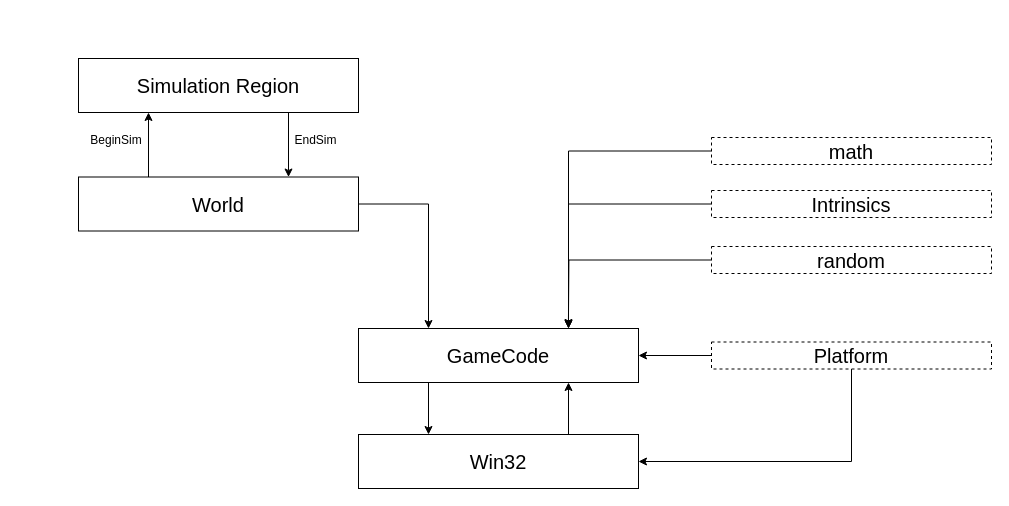
Earlier version of the draw.io diagram page "Architecture" (2 of 4) of Handmadehero.drawio (xiaodongYao/DrawIO). Source tidied: cells renumbered, new cells numbered last; positions are measured from the earlier drawing's top-left corner, leaving out a move shared by most shapes. Both pictures are drawn from the tidied source at 100%, with x=0, y=0 at pixel (78, 58).
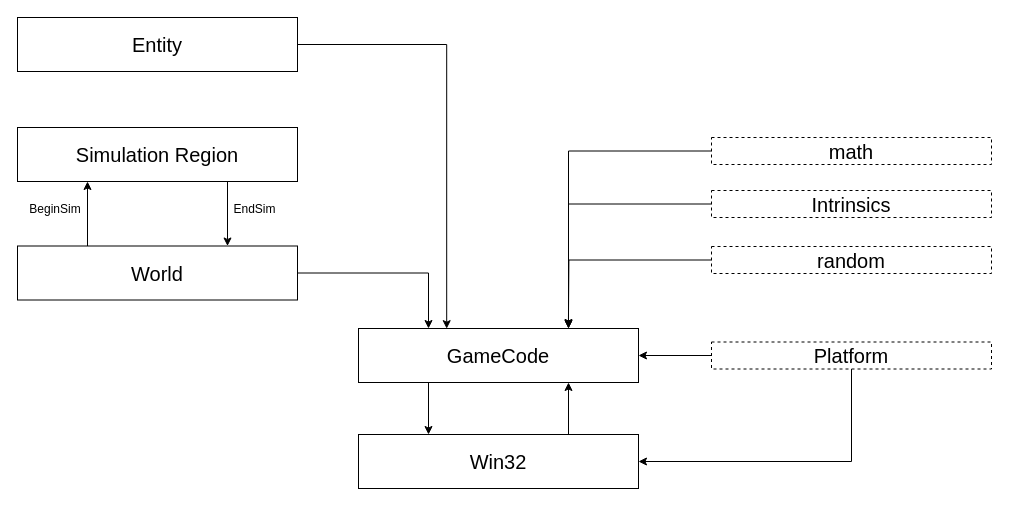
The same diagram, later.

Unchanged cells that the change refers to:
```xml
<mxCell id="8" value="GameCode" style="rounded=0;whiteSpace=wrap;html=1;fontSize=20;" parent="1" vertex="1">
  <mxGeometry x="280" y="270" width="280" height="54" as="geometry" />
</mxCell>
```

The edit, as a diff of the source:
```diff
@@
     <mxCell id="11" value="World" style="rounded=0;whiteSpace=wrap;html=1;fontSize=20;" parent="1" vertex="1">
-      <mxGeometry y="118.5" width="280" height="54" as="geometry" />
+      <mxGeometry x="-61" y="187.5" width="280" height="54" as="geometry" />
     </mxCell>
@@
     <mxCell id="19" value="Simulation Region" style="rounded=0;whiteSpace=wrap;html=1;fontSize=20;" parent="1" vertex="1">
-      <mxGeometry width="280" height="54" as="geometry" />
+      <mxGeometry x="-61" y="69" width="280" height="54" as="geometry" />
     </mxCell>
     <mxCell id="20" value="BeginSim" style="text;html=1;whiteSpace=wrap;strokeColor=none;fillColor=none;align=center;verticalAlign=middle;rounded=0;" parent="1" vertex="1">
-      <mxGeometry x="8" y="71" width="60" height="21.5" as="geometry" />
+      <mxGeometry x="-53" y="140" width="60" height="21.5" as="geometry" />
     </mxCell>
     <mxCell id="21" value="EndSim" style="text;html=1;whiteSpace=wrap;strokeColor=none;fillColor=none;align=center;verticalAlign=middle;rounded=0;" parent="1" vertex="1">
-      <mxGeometry x="215" y="71" width="45" height="21.5" as="geometry" />
+      <mxGeometry x="154" y="140" width="45" height="21.5" as="geometry" />
     </mxCell>
+    <mxCell id="22" value="Entity" style="rounded=0;whiteSpace=wrap;html=1;fontSize=20;" parent="1" vertex="1">
+      <mxGeometry x="-61" y="-41" width="280" height="54" as="geometry" />
+    </mxCell>
+    <mxCell id="23" style="edgeStyle=orthogonalEdgeStyle;rounded=0;jettySize=auto;html=1;exitX=1;exitY=0.5;exitDx=0;exitDy=0;entryX=0.315;entryY=0.003;entryDx=0;entryDy=0;entryPerimeter=0;" parent="1" edge="1" source="22" target="8">
+      <mxGeometry relative="1" as="geometry" />
+    </mxCell>
```
